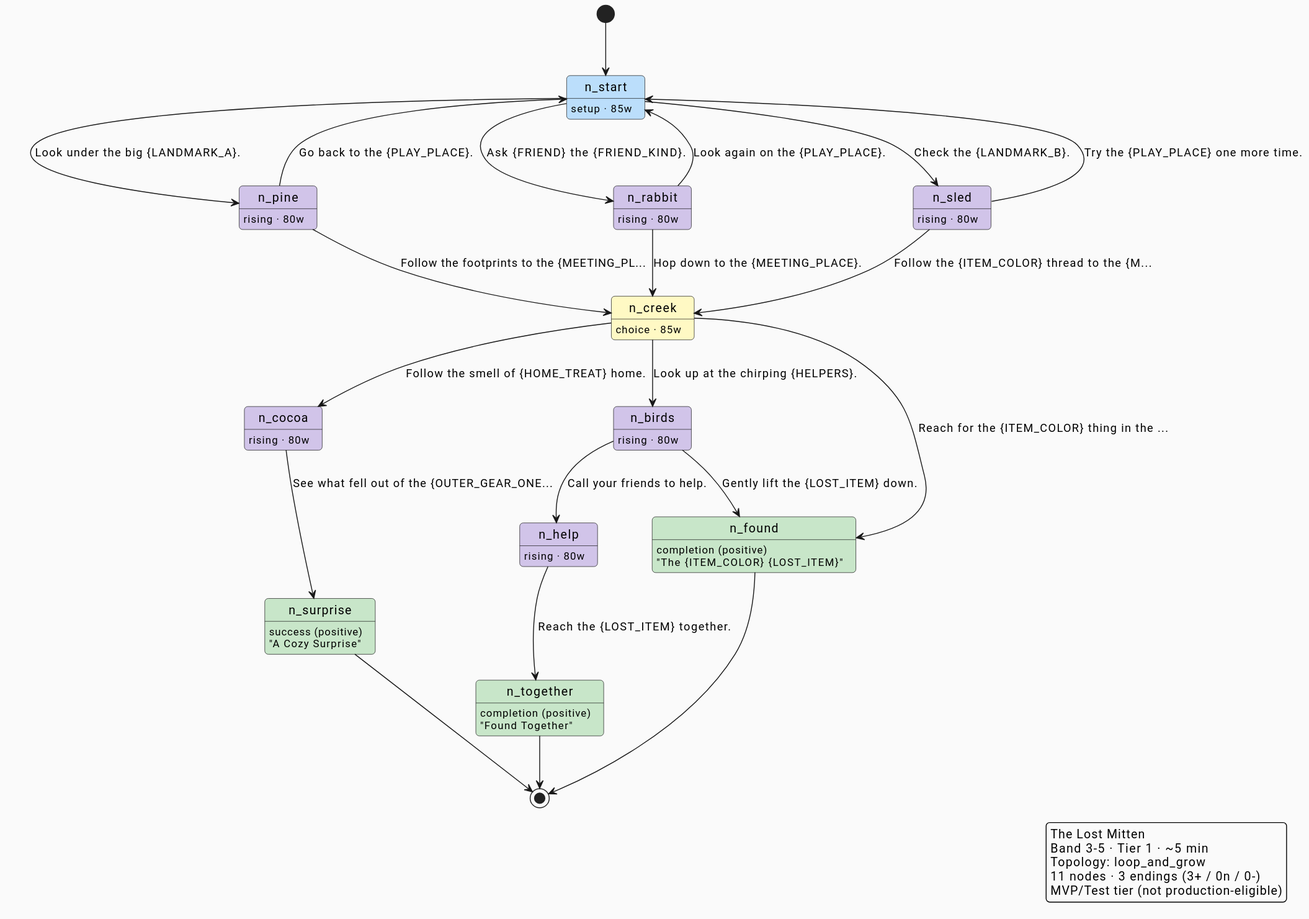
This is docs/architecture/diagrams/skeletons/3-5/the-lost-mitten.svg from ByronWilliamsCPA/cyo-adventure, a PlantUML export, as it was before one commit.
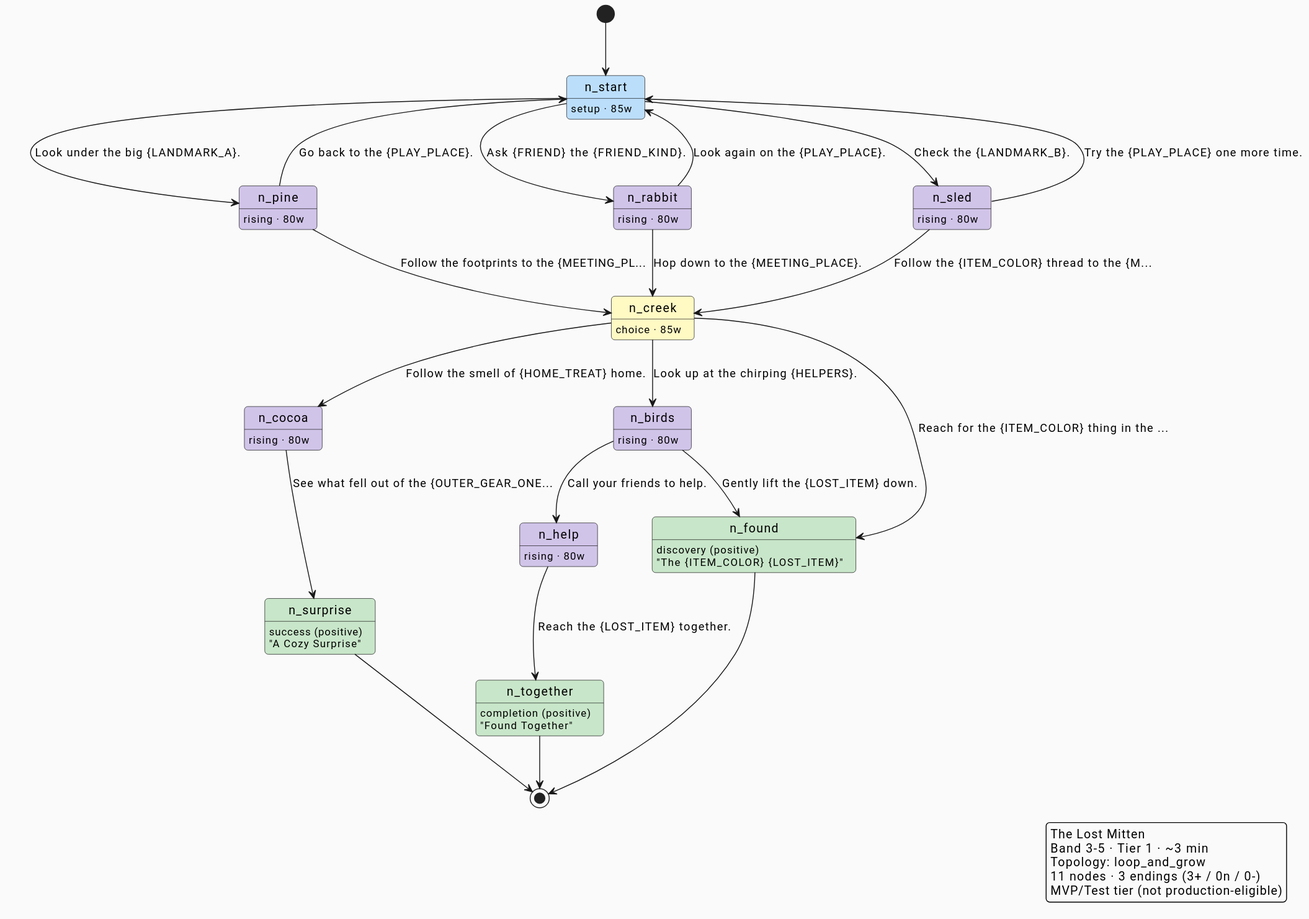
The same diagram one commit later.

The edit, as a diff of the source:
```diff
@@ -22,7 +22,7 @@
 state n_cocoa #D1C4E9
 n_cocoa : rising · 80w
 state n_found #C8E6C9
-n_found : completion (positive)
+n_found : discovery (positive)
 n_found : "The {ITEM_COLOR} {LOST_ITEM}"
 state n_together #C8E6C9
 n_together : completion (positive)
@@ -52,7 +52,7 @@
 
 legend right
   The Lost Mitten
-  Band 3-5 · Tier 1 · ~5 min
+  Band 3-5 · Tier 1 · ~3 min
   Topology: loop_and_grow
   11 nodes · 3 endings (3+ / 0n / 0-)
   MVP/Test tier (not production-eligible)
```
